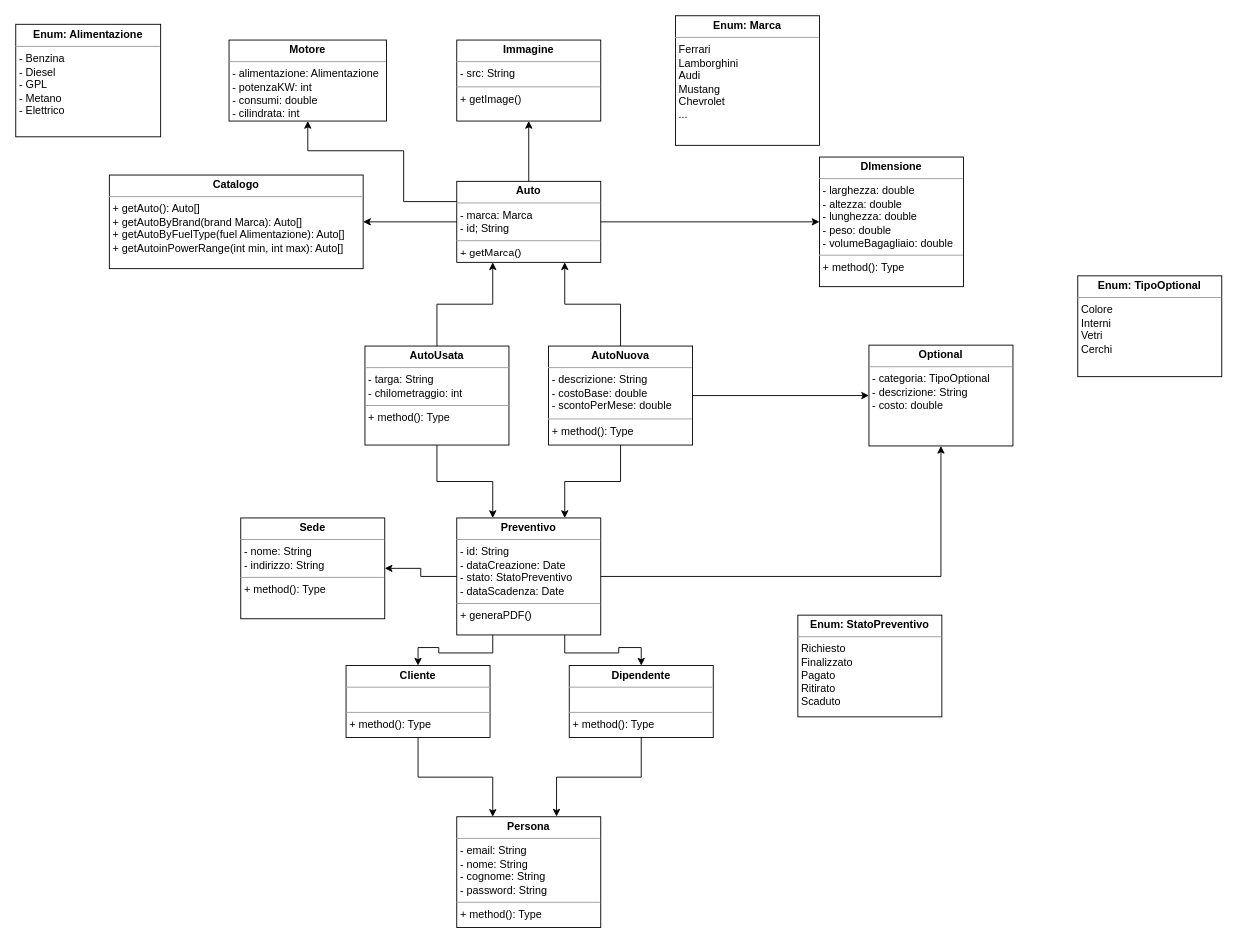
Above: src/main/resources/com/example/elaborato_ing/uml.drawio in losdav03/Elaborato_Ing (draw.io), before the change. Source tidied: cells renumbered, new cells numbered last; positions are measured from the earlier drawing's top-left corner, leaving out a move shared by most shapes. Both pictures are drawn from the tidied source at 90%, with x=0, y=0 at pixel (15, 15).
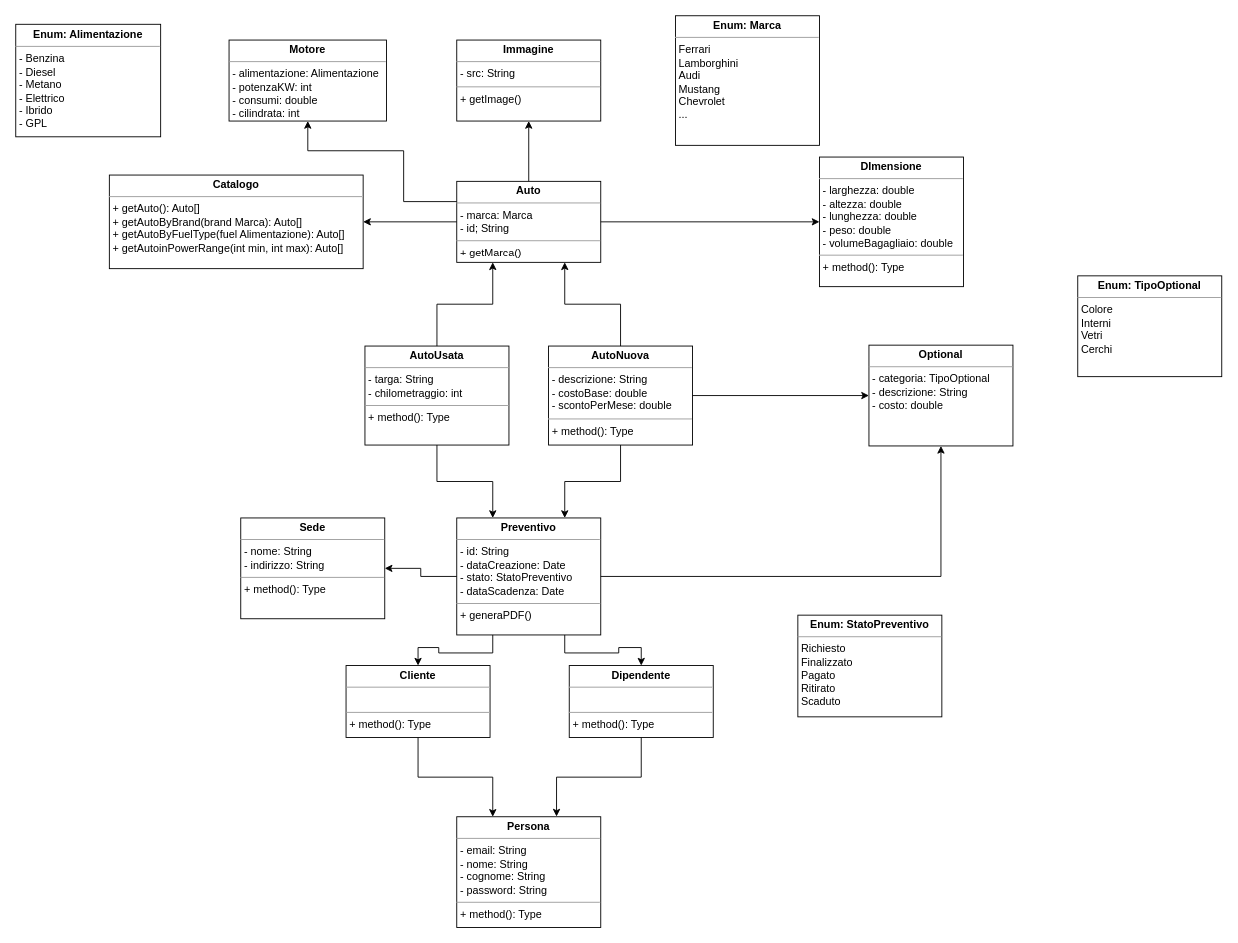
After the change.

What changed in the source:
```diff
@@
-    <mxCell id="32" value="&lt;p style=&quot;margin:0px;margin-top:4px;text-align:center;&quot;&gt;&lt;b&gt;Enum: Alimentazione&lt;/b&gt;&lt;/p&gt;&lt;hr size=&quot;1&quot;&gt;&lt;p style=&quot;margin:0px;margin-left:4px;&quot;&gt;- Benzina&lt;/p&gt;&lt;p style=&quot;margin:0px;margin-left:4px;&quot;&gt;- Diesel&lt;/p&gt;&lt;p style=&quot;margin:0px;margin-left:4px;&quot;&gt;- GPL&lt;/p&gt;&lt;p style=&quot;margin:0px;margin-left:4px;&quot;&gt;- Metano&lt;/p&gt;&lt;p style=&quot;margin:0px;margin-left:4px;&quot;&gt;- Elettrico&lt;/p&gt;" style="verticalAlign=top;align=left;overflow=fill;fontSize=12;fontFamily=Helvetica;html=1;labelBackgroundColor=none;labelBorderColor=none;fillStyle=auto;strokeColor=#000000;fontColor=#000000;fillColor=none;gradientColor=none;" parent="1" vertex="1">
+    <mxCell id="32" value="&lt;p style=&quot;margin:0px;margin-top:4px;text-align:center;&quot;&gt;&lt;b&gt;Enum: Alimentazione&lt;/b&gt;&lt;/p&gt;&lt;hr size=&quot;1&quot;&gt;&lt;p style=&quot;margin:0px;margin-left:4px;&quot;&gt;- Benzina&lt;/p&gt;&lt;p style=&quot;margin:0px;margin-left:4px;&quot;&gt;- Diesel&lt;/p&gt;&lt;p style=&quot;margin:0px;margin-left:4px;&quot;&gt;- Metano&lt;/p&gt;&lt;p style=&quot;margin:0px;margin-left:4px;&quot;&gt;- Elettrico&lt;/p&gt;&lt;p style=&quot;margin:0px;margin-left:4px;&quot;&gt;- Ibrido&lt;/p&gt;&lt;p style=&quot;margin:0px;margin-left:4px;&quot;&gt;- GPL&lt;/p&gt;" style="verticalAlign=top;align=left;overflow=fill;fontSize=12;fontFamily=Helvetica;html=1;labelBackgroundColor=none;labelBorderColor=none;fillStyle=auto;strokeColor=#000000;fontColor=#000000;fillColor=none;gradientColor=none;" parent="1" vertex="1">
       <mxGeometry y="9.5" width="161" height="125" as="geometry" />
     </mxCell>
```
